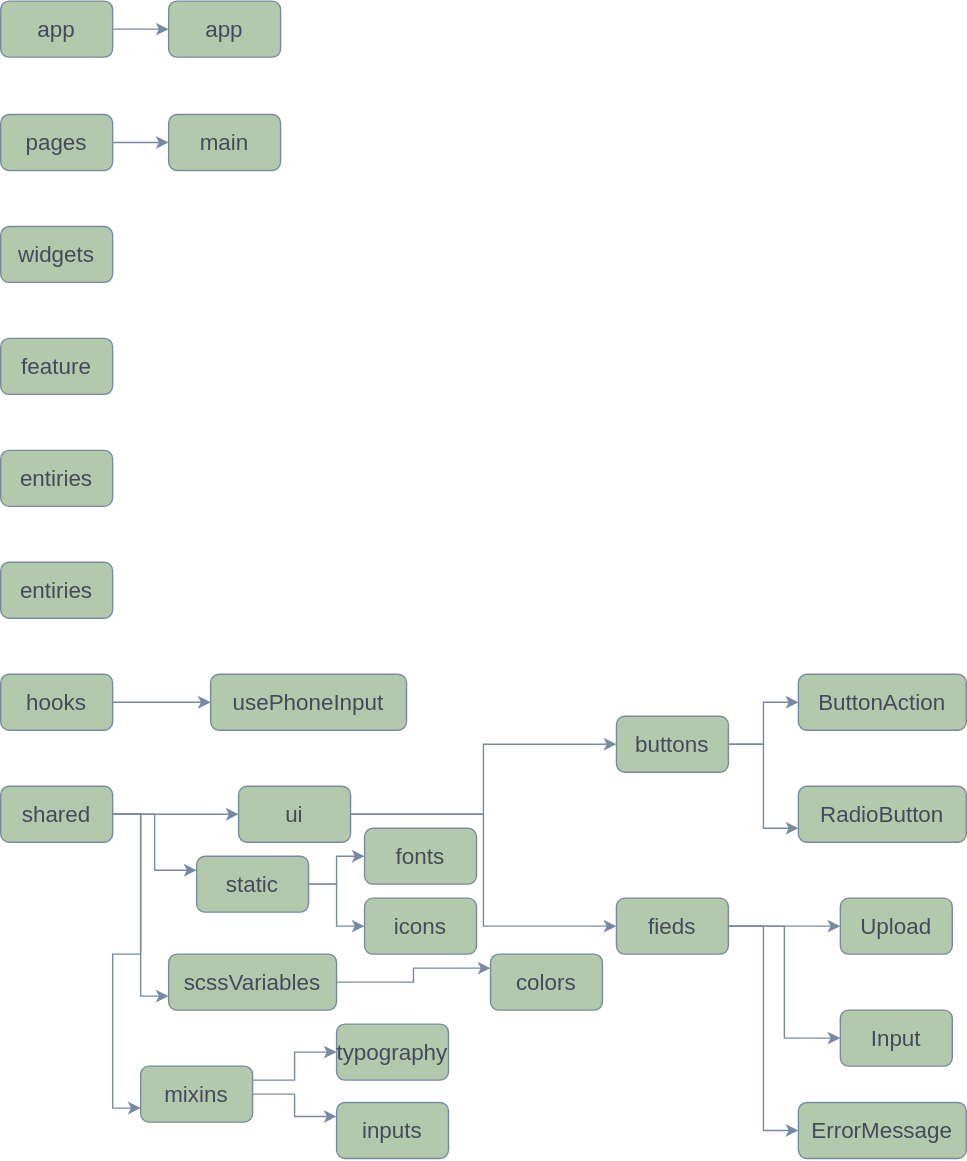
Above: ProjectStructure.drawio.svg in Shalind0r/React-Project (draw.io), before the change. Source tidied: cells renumbered, new cells last; positions are measured from the earlier drawing's top-left corner, leaving out a move shared by most shapes.
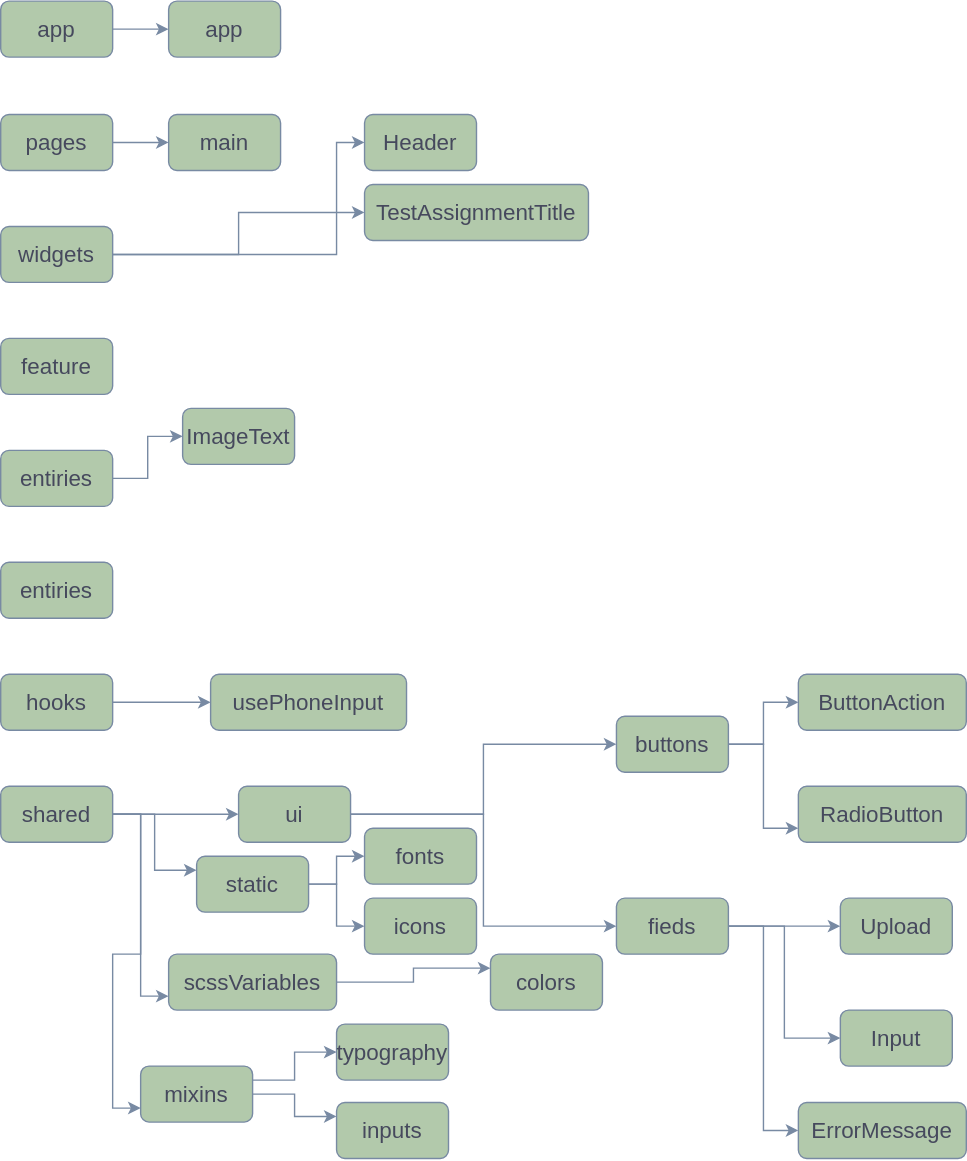
Above is the later version.

Commit message:
add TestAssignmentTitle widget

Diff of the diagram source:
```diff
@@ -14,9 +14,23 @@
     <mxCell id="5" value="&lt;font style=&quot;font-size: 16px;&quot;&gt;pages&lt;/font&gt;" style="html=1;whiteSpace=wrap;rounded=1;fontFamily=Helvetica;fontSize=16;labelBackgroundColor=none;fillColor=#B2C9AB;strokeColor=#788AA3;fontColor=#46495D;" parent="1" vertex="1">
       <mxGeometry y="81" width="80" height="40" as="geometry" />
     </mxCell>
+    <mxCell id="48" style="edgeStyle=orthogonalEdgeStyle;rounded=0;jettySize=auto;html=1;strokeColor=#788AA3;fontColor=#46495D;fillColor=#B2C9AB;" parent="1" edge="1" source="6" target="51">
+      <mxGeometry relative="1" as="geometry">
+        <Array as="points">
+          <mxPoint x="240" y="181" />
+          <mxPoint x="240" y="101" />
+        </Array>
+      </mxGeometry>
+    </mxCell>
+    <mxCell id="49" style="edgeStyle=orthogonalEdgeStyle;rounded=0;jettySize=auto;html=1;entryX=0;entryY=0.5;entryDx=0;entryDy=0;strokeColor=#788AA3;fontColor=#46495D;fillColor=#B2C9AB;" parent="1" edge="1" source="6" target="52">
+      <mxGeometry relative="1" as="geometry" />
+    </mxCell>
     <mxCell id="6" value="&lt;span style=&quot;font-size: 16px;&quot;&gt;widgets&lt;/span&gt;" style="html=1;whiteSpace=wrap;rounded=1;fontFamily=Helvetica;fontSize=16;labelBackgroundColor=none;fillColor=#B2C9AB;strokeColor=#788AA3;fontColor=#46495D;" parent="1" vertex="1">
       <mxGeometry y="161" width="80" height="40" as="geometry" />
     </mxCell>
+    <mxCell id="50" style="edgeStyle=orthogonalEdgeStyle;rounded=0;jettySize=auto;html=1;entryX=0;entryY=0.5;entryDx=0;entryDy=0;strokeColor=#788AA3;fontColor=#46495D;fillColor=#B2C9AB;" parent="1" edge="1" source="7" target="53">
+      <mxGeometry relative="1" as="geometry" />
+    </mxCell>
     <mxCell id="7" value="&lt;font style=&quot;font-size: 16px;&quot;&gt;entiries&lt;/font&gt;" style="html=1;whiteSpace=wrap;rounded=1;fontFamily=Helvetica;fontSize=16;labelBackgroundColor=none;fillColor=#B2C9AB;strokeColor=#788AA3;fontColor=#46495D;" parent="1" vertex="1">
       <mxGeometry y="321" width="80" height="40" as="geometry" />
     </mxCell>
@@ -140,5 +154,14 @@
     <mxCell id="47" value="icons" style="html=1;whiteSpace=wrap;rounded=1;fontFamily=Helvetica;fontSize=16;labelBackgroundColor=none;fillColor=#B2C9AB;strokeColor=#788AA3;fontColor=#46495D;" parent="1" vertex="1">
       <mxGeometry x="260" y="641" width="80" height="40" as="geometry" />
     </mxCell>
+    <mxCell id="51" value="&lt;span style=&quot;font-size: 16px;&quot;&gt;Header&lt;/span&gt;" style="html=1;whiteSpace=wrap;rounded=1;fontFamily=Helvetica;fontSize=16;labelBackgroundColor=none;fillColor=#B2C9AB;strokeColor=#788AA3;fontColor=#46495D;" parent="1" vertex="1">
+      <mxGeometry x="260" y="81" width="80" height="40" as="geometry" />
+    </mxCell>
+    <mxCell id="52" value="TestAssignmentTitle" style="html=1;whiteSpace=wrap;rounded=1;fontFamily=Helvetica;fontSize=16;labelBackgroundColor=none;fillColor=#B2C9AB;strokeColor=#788AA3;fontColor=#46495D;" parent="1" vertex="1">
+      <mxGeometry x="260" y="131" width="160" height="40" as="geometry" />
+    </mxCell>
+    <mxCell id="53" value="&lt;font style=&quot;font-size: 16px;&quot;&gt;ImageText&lt;/font&gt;" style="html=1;whiteSpace=wrap;rounded=1;fontFamily=Helvetica;fontSize=16;labelBackgroundColor=none;fillColor=#B2C9AB;strokeColor=#788AA3;fontColor=#46495D;" parent="1" vertex="1">
+      <mxGeometry x="130" y="291" width="80" height="40" as="geometry" />
+    </mxCell>
   </root>
 </mxGraphModel>
```
